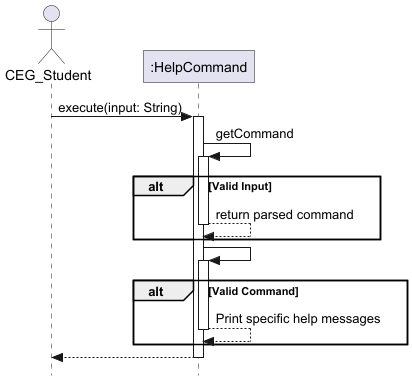
nus-cs2113-AY2425S1/tp keeps this PlantUML diagram as docs/images/HelpCommand.png. Above is the earlier version.
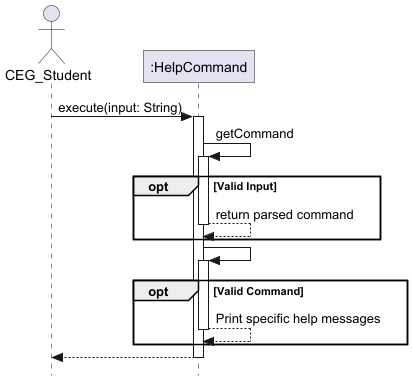
After the change.

Change to the diagram source:
```diff
@@ -13,14 +13,14 @@
 
 HelpCommand -> HelpCommand : getCommand
 activate HelpCommand
-alt Valid Input
+opt Valid Input
     return return parsed command
 end
 
 
 HelpCommand -> HelpCommand
 activate HelpCommand
-alt Valid Command
+opt Valid Command
     return Print specific help messages
 end
 
```
